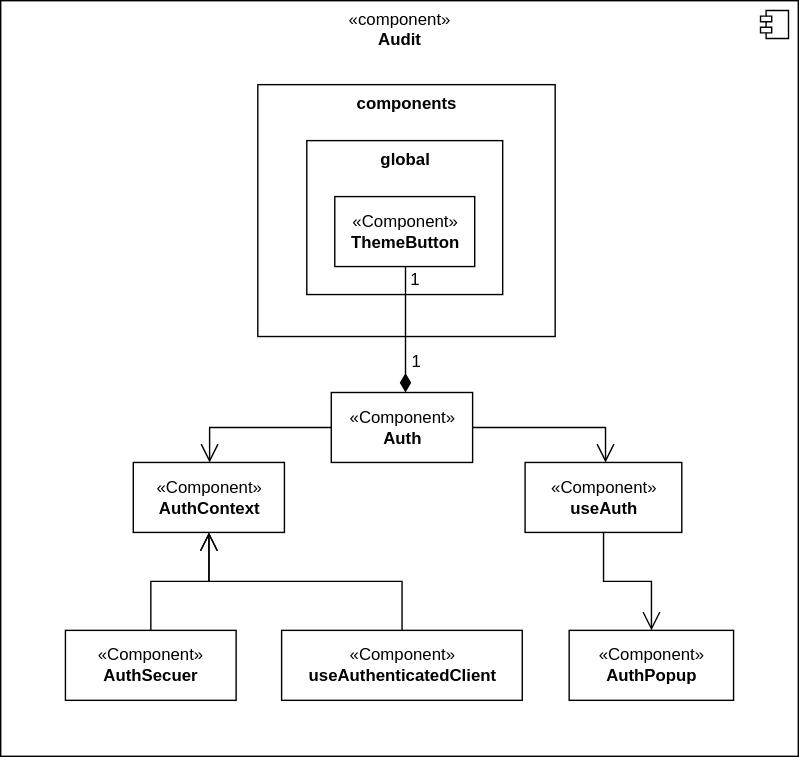
Above: src/template_thesis/diagrams/audit_browser/audit_browser_scenes_auth_class_diagram.drawio.svg in HaniAlshikh/bachelor-thesis (draw.io), before the change. Source tidied: cells renumbered, new cells last; positions are measured from the earlier drawing's top-left corner, leaving out a move shared by most shapes. Source of this version:
```xml
<mxGraphModel background="#ffffff">
  <root>
    <mxCell id="0" />
    <mxCell id="1" parent="0" />
    <mxCell id="2" value="«component»&lt;b&gt;&lt;br&gt;Audit&lt;br&gt;&lt;/b&gt;" style="html=1;strokeWidth=1;align=center;verticalAlign=top;" parent="1" vertex="1">
      <mxGeometry width="570" height="540" as="geometry" />
    </mxCell>
    <mxCell id="3" style="shape=module;jettyWidth=8;jettyHeight=4;strokeWidth=1;align=center;verticalAlign=middle;" parent="2" vertex="1">
      <mxGeometry x="1" width="20" height="20" relative="1" as="geometry">
        <mxPoint x="-27" y="7" as="offset" />
      </mxGeometry>
    </mxCell>
    <mxCell id="4" value="&lt;b&gt;components&lt;br&gt;&lt;/b&gt;" style="html=1;strokeWidth=1;align=center;verticalAlign=top;" parent="1" vertex="1">
      <mxGeometry x="183.8" y="60" width="212.5" height="180" as="geometry" />
    </mxCell>
    <mxCell id="5" value="&lt;b&gt;global&lt;br&gt;&lt;/b&gt;" style="html=1;strokeWidth=1;align=center;verticalAlign=top;" parent="1" vertex="1">
      <mxGeometry x="218.8" y="100" width="140" height="110" as="geometry" />
    </mxCell>
    <mxCell id="6" value="«Component»&lt;br&gt;&lt;b&gt;ThemeButton&lt;/b&gt;" style="html=1;strokeWidth=1;" parent="1" vertex="1">
      <mxGeometry x="238.8" y="140" width="100" height="50" as="geometry" />
    </mxCell>
    <mxCell id="7" value="1" style="text;html=1;align=center;verticalAlign=middle;strokeColor=none;fillColor=none;fontSize=12;fontFamily=Helvetica;fontColor=default;" parent="1" vertex="1">
      <mxGeometry x="280.8" y="185" width="30" height="30" as="geometry" />
    </mxCell>
    <mxCell id="8" value="1" style="text;html=1;align=center;verticalAlign=middle;strokeColor=none;fillColor=none;fontSize=12;fontFamily=Helvetica;fontColor=default;" parent="1" vertex="1">
      <mxGeometry x="282.2" y="243" width="30" height="30" as="geometry" />
    </mxCell>
    <mxCell id="9" style="edgeStyle=orthogonalEdgeStyle;shape=connector;rounded=0;html=1;labelBackgroundColor=default;strokeColor=default;fontFamily=Helvetica;fontSize=11;fontColor=default;startArrow=none;startFill=0;endArrow=open;endFill=0;startSize=6;endSize=11;" parent="1" edge="1" source="12" target="16">
      <mxGeometry relative="1" as="geometry">
        <Array as="points">
          <mxPoint x="432.2" y="305" />
        </Array>
      </mxGeometry>
    </mxCell>
    <mxCell id="10" style="edgeStyle=orthogonalEdgeStyle;shape=connector;rounded=0;html=1;labelBackgroundColor=default;strokeColor=default;fontFamily=Helvetica;fontSize=11;fontColor=default;startArrow=diamondThin;startFill=1;endArrow=none;endFill=0;startSize=11;endSize=6;" parent="1" edge="1" source="12" target="6">
      <mxGeometry relative="1" as="geometry">
        <Array as="points">
          <mxPoint x="289.2" y="260" />
          <mxPoint x="289.2" y="260" />
        </Array>
      </mxGeometry>
    </mxCell>
    <mxCell id="11" style="edgeStyle=orthogonalEdgeStyle;shape=connector;rounded=0;html=1;labelBackgroundColor=default;strokeColor=default;fontFamily=Helvetica;fontSize=11;fontColor=default;startArrow=none;startFill=0;endArrow=open;endFill=0;startSize=6;endSize=11;" parent="1" edge="1" source="12" target="13">
      <mxGeometry relative="1" as="geometry">
        <Array as="points">
          <mxPoint x="149.2" y="305" />
        </Array>
      </mxGeometry>
    </mxCell>
    <mxCell id="12" value="«Component»&lt;br&gt;&lt;b&gt;Auth&lt;/b&gt;" style="html=1;strokeWidth=1;" parent="1" vertex="1">
      <mxGeometry x="236.2" y="280" width="101" height="50" as="geometry" />
    </mxCell>
    <mxCell id="13" value="«Component»&lt;br&gt;&lt;b&gt;AuthContext&lt;/b&gt;" style="html=1;strokeWidth=1;" parent="1" vertex="1">
      <mxGeometry x="94.8" y="330" width="108" height="50" as="geometry" />
    </mxCell>
    <mxCell id="14" value="«Component»&lt;br&gt;&lt;b&gt;AuthPopup&lt;/b&gt;" style="html=1;strokeWidth=1;" parent="1" vertex="1">
      <mxGeometry x="406.2" y="450" width="117.5" height="50" as="geometry" />
    </mxCell>
    <mxCell id="15" style="edgeStyle=orthogonalEdgeStyle;shape=connector;rounded=0;html=1;labelBackgroundColor=default;strokeColor=default;fontFamily=Helvetica;fontSize=11;fontColor=default;startArrow=none;startFill=0;endArrow=open;endFill=0;startSize=6;endSize=11;" parent="1" edge="1" source="16" target="14">
      <mxGeometry relative="1" as="geometry" />
    </mxCell>
    <mxCell id="16" value="«Component»&lt;br&gt;&lt;b&gt;useAuth&lt;/b&gt;" style="html=1;strokeWidth=1;" parent="1" vertex="1">
      <mxGeometry x="374.8" y="330" width="112" height="50" as="geometry" />
    </mxCell>
    <mxCell id="17" style="edgeStyle=orthogonalEdgeStyle;shape=connector;rounded=0;html=1;labelBackgroundColor=default;strokeColor=default;fontFamily=Helvetica;fontSize=11;fontColor=default;startArrow=none;startFill=0;endArrow=open;endFill=0;startSize=6;endSize=11;" parent="1" edge="1" source="18" target="13">
      <mxGeometry relative="1" as="geometry" />
    </mxCell>
    <mxCell id="18" value="«Component»&lt;br&gt;&lt;b&gt;useAuthenticatedClient&lt;/b&gt;" style="html=1;strokeWidth=1;" parent="1" vertex="1">
      <mxGeometry x="200.8" y="450" width="172" height="50" as="geometry" />
    </mxCell>
    <mxCell id="19" style="edgeStyle=orthogonalEdgeStyle;shape=connector;rounded=0;html=1;labelBackgroundColor=default;strokeColor=default;fontFamily=Helvetica;fontSize=11;fontColor=default;startArrow=none;startFill=0;endArrow=open;endFill=0;startSize=6;endSize=11;" parent="1" edge="1" source="20" target="13">
      <mxGeometry relative="1" as="geometry" />
    </mxCell>
    <mxCell id="20" value="«Component»&lt;br&gt;&lt;b&gt;AuthSecuer&lt;/b&gt;" style="html=1;strokeWidth=1;" parent="1" vertex="1">
      <mxGeometry x="46.2" y="450" width="122" height="50" as="geometry" />
    </mxCell>
  </root>
</mxGraphModel>
```
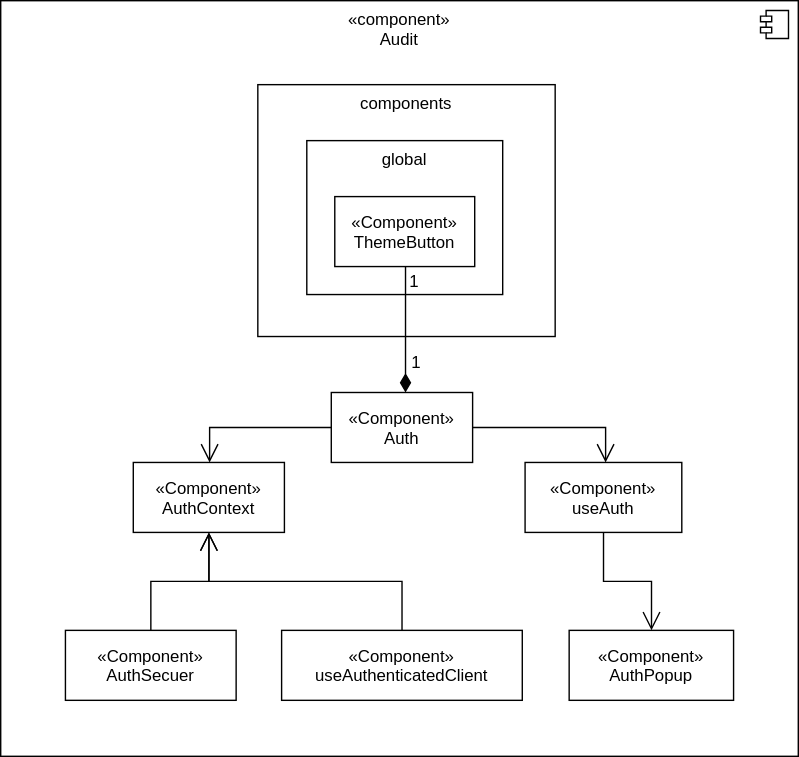
Above is the later version.

What changed in the source:
```diff
@@ -2,7 +2,7 @@
   <root>
     <mxCell id="0" />
     <mxCell id="1" parent="0" />
-    <mxCell id="2" value="«component»&lt;b&gt;&lt;br&gt;Audit&lt;br&gt;&lt;/b&gt;" style="html=1;strokeWidth=1;align=center;verticalAlign=top;" parent="1" vertex="1">
+    <mxCell id="2" value="«component»&#10;Audit&#10;" style="strokeWidth=1;align=center;verticalAlign=top;" parent="1" vertex="1">
       <mxGeometry width="570" height="540" as="geometry" />
     </mxCell>
     <mxCell id="3" style="shape=module;jettyWidth=8;jettyHeight=4;strokeWidth=1;align=center;verticalAlign=middle;" parent="2" vertex="1">
@@ -10,29 +10,29 @@
         <mxPoint x="-27" y="7" as="offset" />
       </mxGeometry>
     </mxCell>
-    <mxCell id="4" value="&lt;b&gt;components&lt;br&gt;&lt;/b&gt;" style="html=1;strokeWidth=1;align=center;verticalAlign=top;" parent="1" vertex="1">
+    <mxCell id="4" value="components&#10;" style="strokeWidth=1;align=center;verticalAlign=top;" parent="1" vertex="1">
       <mxGeometry x="183.8" y="60" width="212.5" height="180" as="geometry" />
     </mxCell>
-    <mxCell id="5" value="&lt;b&gt;global&lt;br&gt;&lt;/b&gt;" style="html=1;strokeWidth=1;align=center;verticalAlign=top;" parent="1" vertex="1">
+    <mxCell id="5" value="global&#10;" style="strokeWidth=1;align=center;verticalAlign=top;" parent="1" vertex="1">
       <mxGeometry x="218.8" y="100" width="140" height="110" as="geometry" />
     </mxCell>
-    <mxCell id="6" value="«Component»&lt;br&gt;&lt;b&gt;ThemeButton&lt;/b&gt;" style="html=1;strokeWidth=1;" parent="1" vertex="1">
+    <mxCell id="6" value="«Component»&#10;ThemeButton" style="strokeWidth=1;" parent="1" vertex="1">
       <mxGeometry x="238.8" y="140" width="100" height="50" as="geometry" />
     </mxCell>
-    <mxCell id="7" value="1" style="text;html=1;align=center;verticalAlign=middle;strokeColor=none;fillColor=none;fontSize=12;fontFamily=Helvetica;fontColor=default;" parent="1" vertex="1">
+    <mxCell id="7" value="1" style="text;align=center;verticalAlign=middle;strokeColor=none;fillColor=none;fontSize=12;fontFamily=Helvetica;fontColor=default;strokeWidth=1;" parent="1" vertex="1">
       <mxGeometry x="280.8" y="185" width="30" height="30" as="geometry" />
     </mxCell>
-    <mxCell id="8" value="1" style="text;html=1;align=center;verticalAlign=middle;strokeColor=none;fillColor=none;fontSize=12;fontFamily=Helvetica;fontColor=default;" parent="1" vertex="1">
+    <mxCell id="8" value="1" style="text;align=center;verticalAlign=middle;strokeColor=none;fillColor=none;fontSize=12;fontFamily=Helvetica;fontColor=default;strokeWidth=1;" parent="1" vertex="1">
       <mxGeometry x="282.2" y="243" width="30" height="30" as="geometry" />
     </mxCell>
-    <mxCell id="9" style="edgeStyle=orthogonalEdgeStyle;shape=connector;rounded=0;html=1;labelBackgroundColor=default;strokeColor=default;fontFamily=Helvetica;fontSize=11;fontColor=default;startArrow=none;startFill=0;endArrow=open;endFill=0;startSize=6;endSize=11;" parent="1" edge="1" source="12" target="16">
+    <mxCell id="9" style="edgeStyle=orthogonalEdgeStyle;shape=connector;rounded=0;labelBackgroundColor=default;strokeColor=default;fontFamily=Helvetica;fontSize=11;fontColor=default;startArrow=none;startFill=0;endArrow=open;endFill=0;startSize=6;endSize=11;strokeWidth=1;" parent="1" edge="1" source="12" target="16">
       <mxGeometry relative="1" as="geometry">
         <Array as="points">
           <mxPoint x="432.2" y="305" />
         </Array>
       </mxGeometry>
     </mxCell>
-    <mxCell id="10" style="edgeStyle=orthogonalEdgeStyle;shape=connector;rounded=0;html=1;labelBackgroundColor=default;strokeColor=default;fontFamily=Helvetica;fontSize=11;fontColor=default;startArrow=diamondThin;startFill=1;endArrow=none;endFill=0;startSize=11;endSize=6;" parent="1" edge="1" source="12" target="6">
+    <mxCell id="10" style="edgeStyle=orthogonalEdgeStyle;shape=connector;rounded=0;labelBackgroundColor=default;strokeColor=default;fontFamily=Helvetica;fontSize=11;fontColor=default;startArrow=diamondThin;startFill=1;endArrow=none;endFill=0;startSize=11;endSize=6;strokeWidth=1;" parent="1" edge="1" source="12" target="6">
       <mxGeometry relative="1" as="geometry">
         <Array as="points">
           <mxPoint x="289.2" y="260" />
@@ -40,38 +40,38 @@
         </Array>
       </mxGeometry>
     </mxCell>
-    <mxCell id="11" style="edgeStyle=orthogonalEdgeStyle;shape=connector;rounded=0;html=1;labelBackgroundColor=default;strokeColor=default;fontFamily=Helvetica;fontSize=11;fontColor=default;startArrow=none;startFill=0;endArrow=open;endFill=0;startSize=6;endSize=11;" parent="1" edge="1" source="12" target="13">
+    <mxCell id="11" style="edgeStyle=orthogonalEdgeStyle;shape=connector;rounded=0;labelBackgroundColor=default;strokeColor=default;fontFamily=Helvetica;fontSize=11;fontColor=default;startArrow=none;startFill=0;endArrow=open;endFill=0;startSize=6;endSize=11;strokeWidth=1;" parent="1" edge="1" source="12" target="13">
       <mxGeometry relative="1" as="geometry">
         <Array as="points">
           <mxPoint x="149.2" y="305" />
         </Array>
       </mxGeometry>
     </mxCell>
-    <mxCell id="12" value="«Component»&lt;br&gt;&lt;b&gt;Auth&lt;/b&gt;" style="html=1;strokeWidth=1;" parent="1" vertex="1">
+    <mxCell id="12" value="«Component»&#10;Auth" style="strokeWidth=1;" parent="1" vertex="1">
       <mxGeometry x="236.2" y="280" width="101" height="50" as="geometry" />
     </mxCell>
-    <mxCell id="13" value="«Component»&lt;br&gt;&lt;b&gt;AuthContext&lt;/b&gt;" style="html=1;strokeWidth=1;" parent="1" vertex="1">
+    <mxCell id="13" value="«Component»&#10;AuthContext" style="strokeWidth=1;" parent="1" vertex="1">
       <mxGeometry x="94.8" y="330" width="108" height="50" as="geometry" />
     </mxCell>
-    <mxCell id="14" value="«Component»&lt;br&gt;&lt;b&gt;AuthPopup&lt;/b&gt;" style="html=1;strokeWidth=1;" parent="1" vertex="1">
+    <mxCell id="14" value="«Component»&#10;AuthPopup" style="strokeWidth=1;" parent="1" vertex="1">
       <mxGeometry x="406.2" y="450" width="117.5" height="50" as="geometry" />
     </mxCell>
-    <mxCell id="15" style="edgeStyle=orthogonalEdgeStyle;shape=connector;rounded=0;html=1;labelBackgroundColor=default;strokeColor=default;fontFamily=Helvetica;fontSize=11;fontColor=default;startArrow=none;startFill=0;endArrow=open;endFill=0;startSize=6;endSize=11;" parent="1" edge="1" source="16" target="14">
+    <mxCell id="15" style="edgeStyle=orthogonalEdgeStyle;shape=connector;rounded=0;labelBackgroundColor=default;strokeColor=default;fontFamily=Helvetica;fontSize=11;fontColor=default;startArrow=none;startFill=0;endArrow=open;endFill=0;startSize=6;endSize=11;strokeWidth=1;" parent="1" edge="1" source="16" target="14">
       <mxGeometry relative="1" as="geometry" />
     </mxCell>
-    <mxCell id="16" value="«Component»&lt;br&gt;&lt;b&gt;useAuth&lt;/b&gt;" style="html=1;strokeWidth=1;" parent="1" vertex="1">
+    <mxCell id="16" value="«Component»&#10;useAuth" style="strokeWidth=1;" parent="1" vertex="1">
       <mxGeometry x="374.8" y="330" width="112" height="50" as="geometry" />
     </mxCell>
-    <mxCell id="17" style="edgeStyle=orthogonalEdgeStyle;shape=connector;rounded=0;html=1;labelBackgroundColor=default;strokeColor=default;fontFamily=Helvetica;fontSize=11;fontColor=default;startArrow=none;startFill=0;endArrow=open;endFill=0;startSize=6;endSize=11;" parent="1" edge="1" source="18" target="13">
+    <mxCell id="17" style="edgeStyle=orthogonalEdgeStyle;shape=connector;rounded=0;labelBackgroundColor=default;strokeColor=default;fontFamily=Helvetica;fontSize=11;fontColor=default;startArrow=none;startFill=0;endArrow=open;endFill=0;startSize=6;endSize=11;strokeWidth=1;" parent="1" edge="1" source="18" target="13">
       <mxGeometry relative="1" as="geometry" />
     </mxCell>
-    <mxCell id="18" value="«Component»&lt;br&gt;&lt;b&gt;useAuthenticatedClient&lt;/b&gt;" style="html=1;strokeWidth=1;" parent="1" vertex="1">
+    <mxCell id="18" value="«Component»&#10;useAuthenticatedClient" style="strokeWidth=1;" parent="1" vertex="1">
       <mxGeometry x="200.8" y="450" width="172" height="50" as="geometry" />
     </mxCell>
-    <mxCell id="19" style="edgeStyle=orthogonalEdgeStyle;shape=connector;rounded=0;html=1;labelBackgroundColor=default;strokeColor=default;fontFamily=Helvetica;fontSize=11;fontColor=default;startArrow=none;startFill=0;endArrow=open;endFill=0;startSize=6;endSize=11;" parent="1" edge="1" source="20" target="13">
+    <mxCell id="19" style="edgeStyle=orthogonalEdgeStyle;shape=connector;rounded=0;labelBackgroundColor=default;strokeColor=default;fontFamily=Helvetica;fontSize=11;fontColor=default;startArrow=none;startFill=0;endArrow=open;endFill=0;startSize=6;endSize=11;strokeWidth=1;" parent="1" edge="1" source="20" target="13">
       <mxGeometry relative="1" as="geometry" />
     </mxCell>
-    <mxCell id="20" value="«Component»&lt;br&gt;&lt;b&gt;AuthSecuer&lt;/b&gt;" style="html=1;strokeWidth=1;" parent="1" vertex="1">
+    <mxCell id="20" value="«Component»&#10;AuthSecuer" style="strokeWidth=1;" parent="1" vertex="1">
       <mxGeometry x="46.2" y="450" width="122" height="50" as="geometry" />
     </mxCell>
   </root>
```
